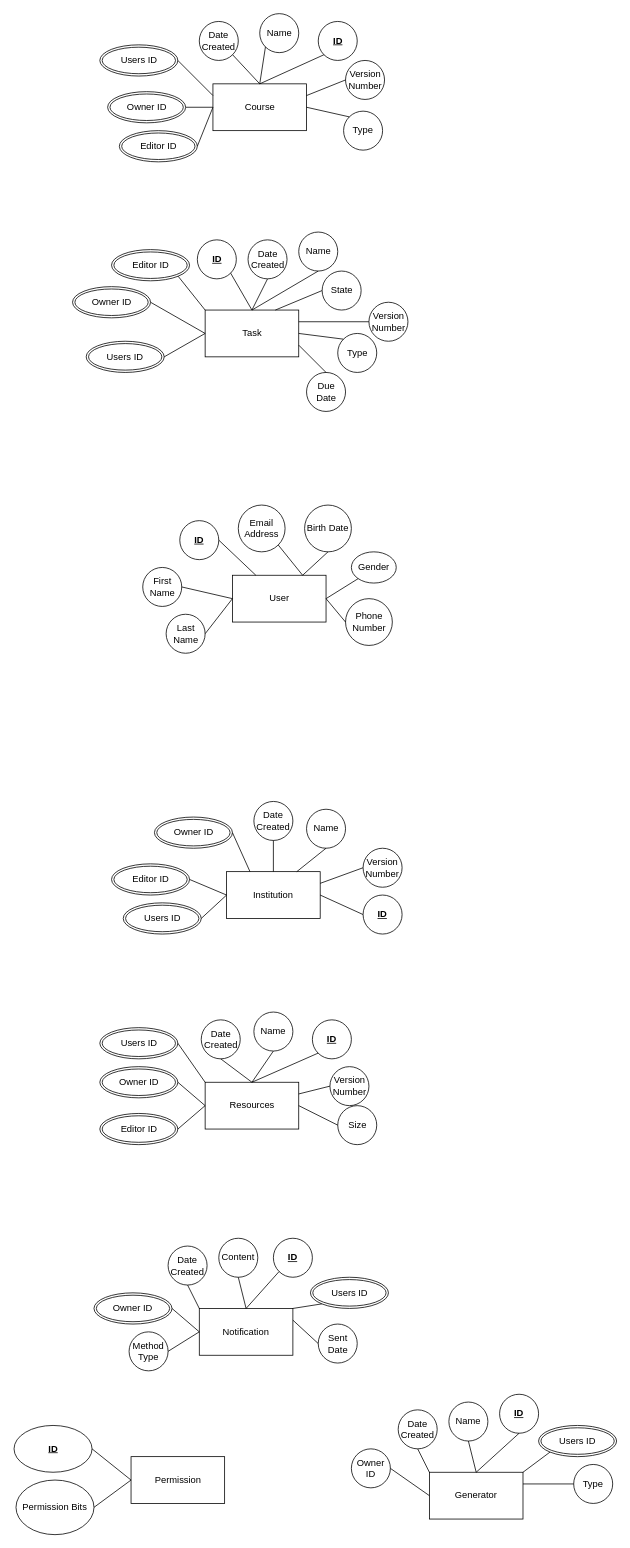
This is diagrams/db/DatabaseER.drawio from Apollo-LW/Apollo-LW, a draw.io file, before an edit. Source tidied: cells renumbered, new cells numbered last; positions are measured from the earlier drawing's top-left corner, leaving out a move shared by most shapes. Both pictures are drawn from the tidied source at 78%, with x=0, y=0 at pixel (14, 13).
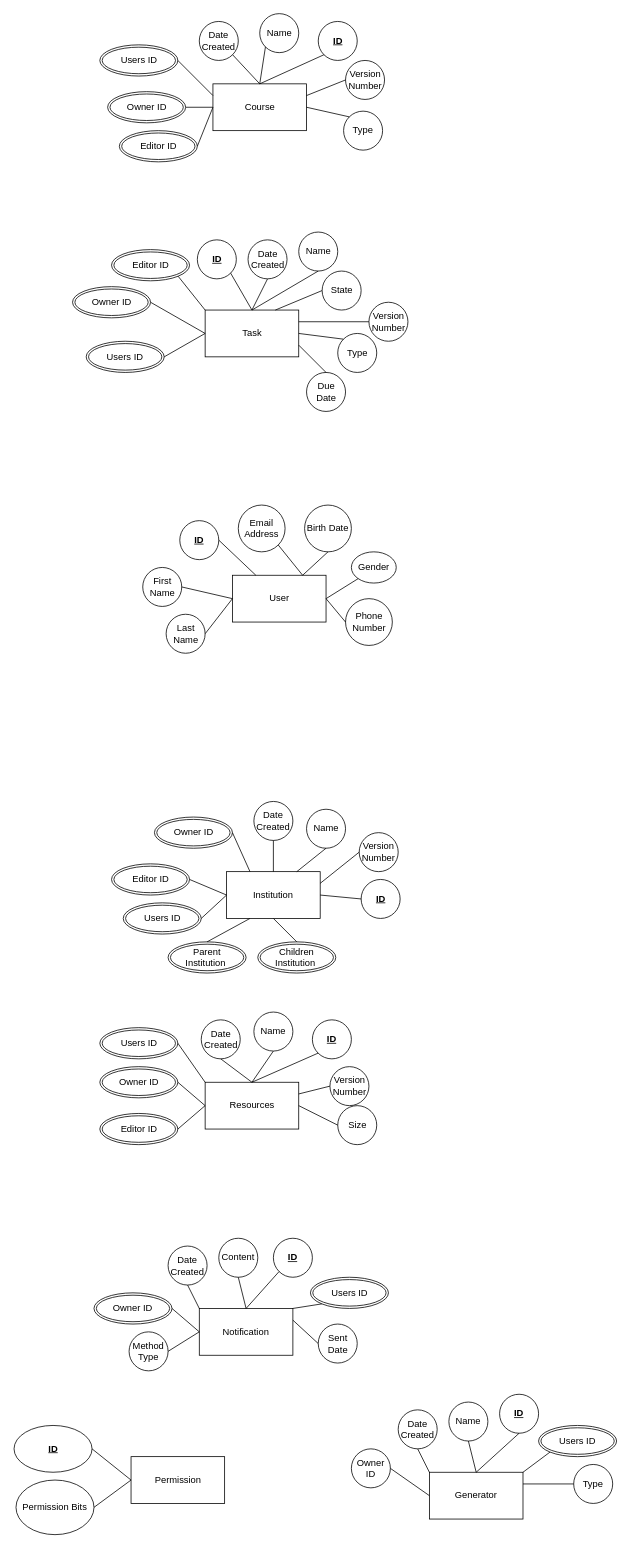
After the change.

Commit message:
Add institution Graph

Unchanged cells that the change refers to:
```xml
<mxCell id="44" value="Institution" style="rounded=0;whiteSpace=wrap;html=1;" parent="1" vertex="1">
  <mxGeometry x="272" y="1100" width="120" height="60" as="geometry" />
</mxCell>
```

What changed in the source:
```diff
@@
     <mxCell id="47" value="&lt;u&gt;&lt;b&gt;ID&lt;/b&gt;&lt;/u&gt;" style="ellipse;whiteSpace=wrap;html=1;" parent="1" vertex="1">
-      <mxGeometry x="447" y="1130" width="50" height="50" as="geometry" />
+      <mxGeometry x="444.5" y="1110" width="50" height="50" as="geometry" />
     </mxCell>
     <mxCell id="48" value="Version Number" style="ellipse;whiteSpace=wrap;html=1;" parent="1" vertex="1">
-      <mxGeometry x="447" y="1070" width="50" height="50" as="geometry" />
+      <mxGeometry x="442" y="1050" width="50" height="50" as="geometry" />
     </mxCell>
@@
+    <mxCell id="120" value="Parent Institution&amp;nbsp;" style="ellipse;shape=doubleEllipse;margin=3;whiteSpace=wrap;html=1;align=center;" parent="1" vertex="1">
+      <mxGeometry x="197" y="1190" width="100" height="40" as="geometry" />
+    </mxCell>
+    <mxCell id="121" style="endArrow=none;html=1;rounded=0;exitX=0.5;exitY=0;exitDx=0;exitDy=0;entryX=0.25;entryY=1;entryDx=0;entryDy=0;" parent="1" edge="1" source="120" target="44">
+      <mxGeometry relative="1" as="geometry" />
+    </mxCell>
+    <mxCell id="122" value="Children Institution&amp;nbsp;" style="ellipse;shape=doubleEllipse;margin=3;whiteSpace=wrap;html=1;align=center;" parent="1" vertex="1">
+      <mxGeometry x="312" y="1190" width="100" height="40" as="geometry" />
+    </mxCell>
+    <mxCell id="123" style="endArrow=none;html=1;rounded=0;exitX=0.5;exitY=0;exitDx=0;exitDy=0;entryX=0.5;entryY=1;entryDx=0;entryDy=0;" parent="1" edge="1" source="122" target="44">
+      <mxGeometry relative="1" as="geometry" />
+    </mxCell>
```
